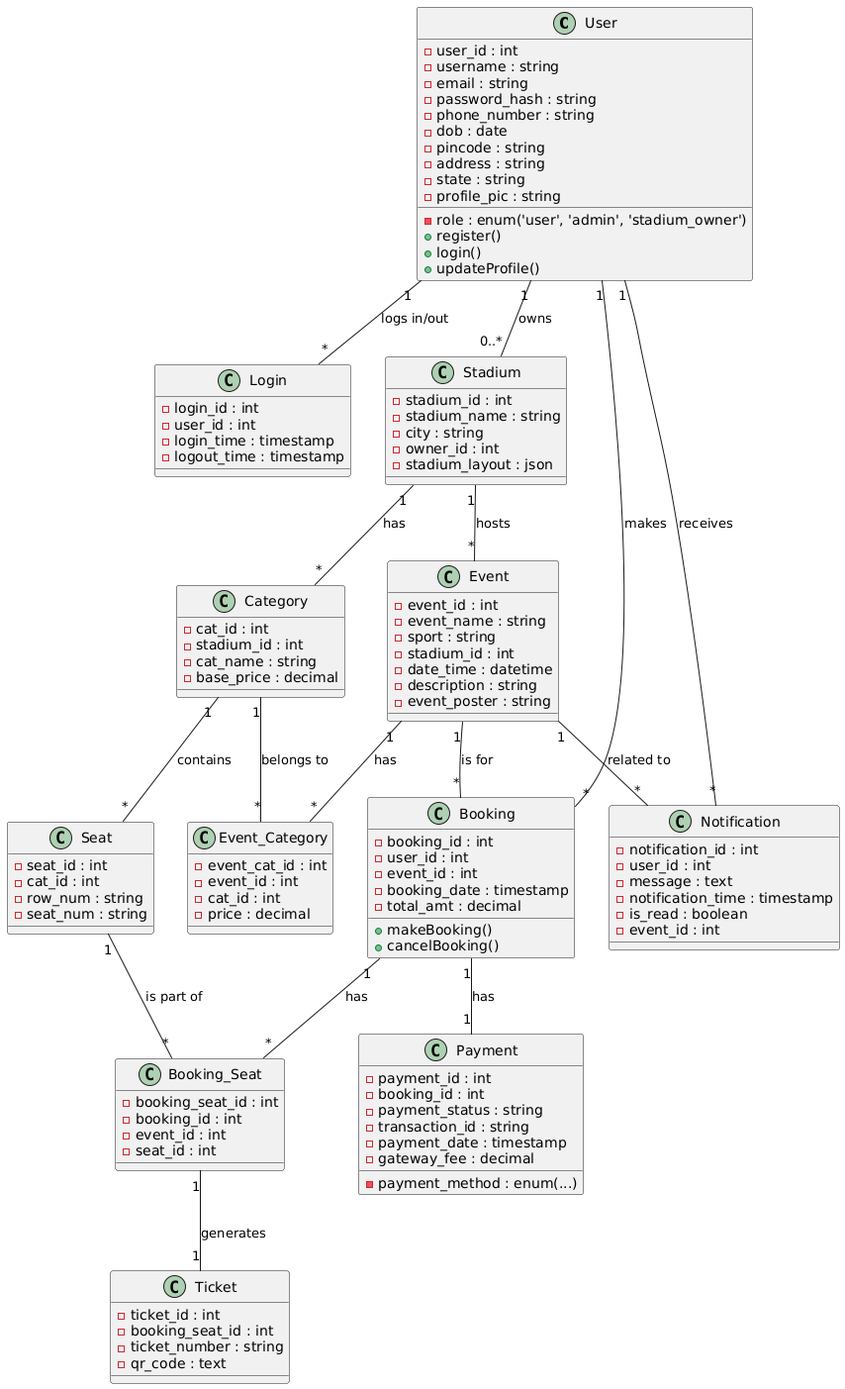
The PlantUML diagram UML_Diagrams/class diagram.png in dennisjacob03/StadiumBooking, before a commit.
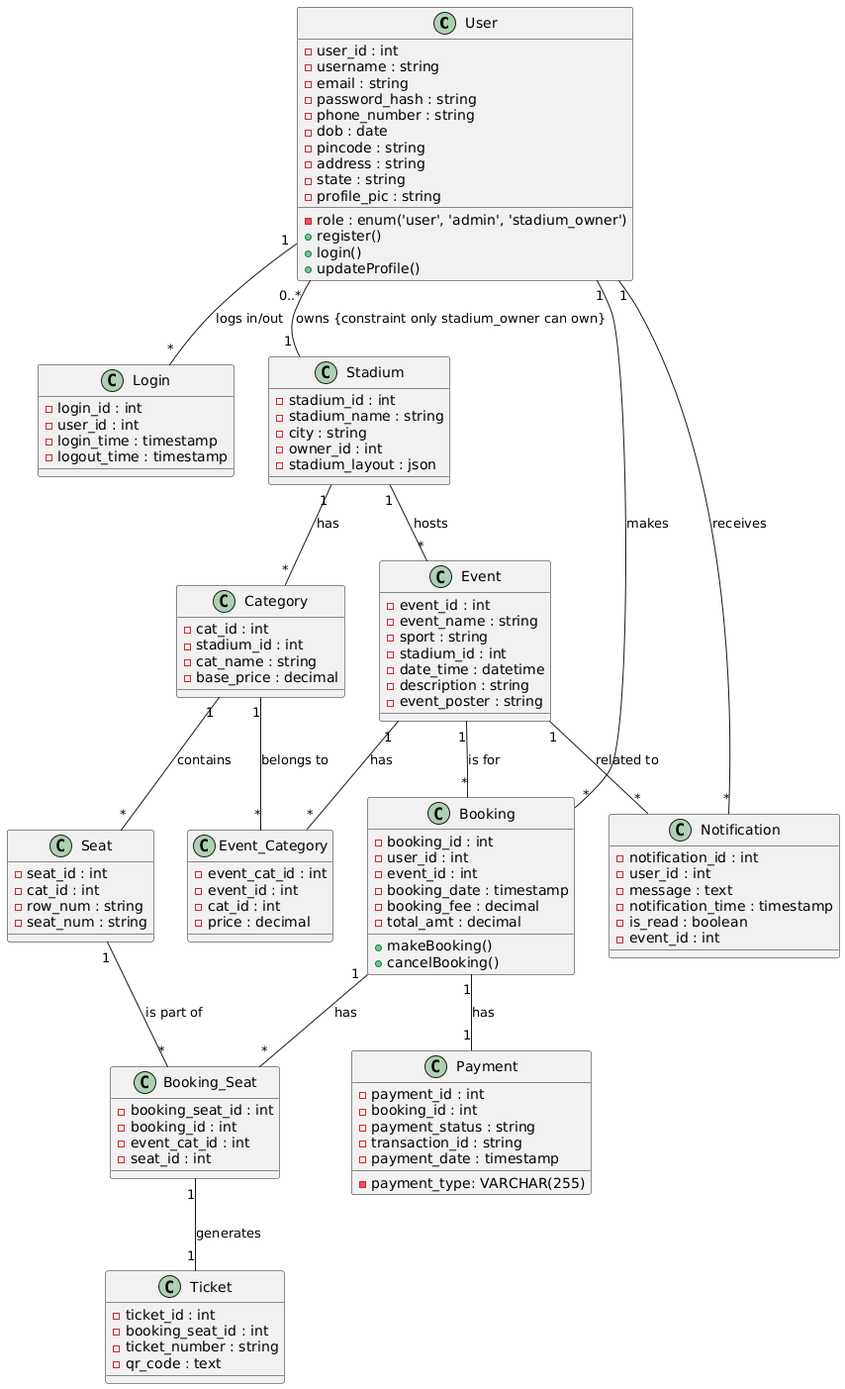
The same diagram one commit later.

What changed in the source:
```diff
@@ -67,6 +67,7 @@
     - user_id : int
     - event_id : int
     - booking_date : timestamp
+    - booking_fee : decimal
     - total_amt : decimal
     + makeBooking()
     + cancelBooking()
@@ -75,18 +76,17 @@
 class Booking_Seat {
     - booking_seat_id : int
     - booking_id : int
-    - event_id : int
+    - event_cat_id : int
     - seat_id : int
 }
 
 class Payment {
     - payment_id : int
     - booking_id : int
-    - payment_method : enum(...)
+    - payment_type: VARCHAR(255)
     - payment_status : string
     - transaction_id : string
     - payment_date : timestamp
-    - gateway_fee : decimal
 }
 
 class Ticket {
@@ -119,5 +119,5 @@
 Event "1" -- "*" Event_Category : has
 Category "1" -- "*" Event_Category : belongs to
 User "1" -- "*" Login : logs in/out
-User "1" -- "0..*" Stadium : owns
+User "0..*" -- "1" Stadium : owns {constraint only stadium_owner can own}
 @enduml
```
